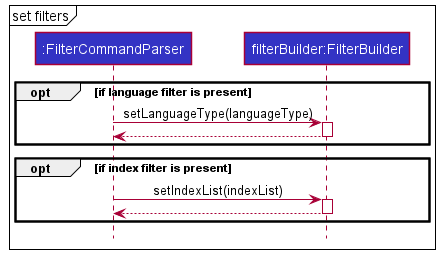
Before: docs/images/filterCommand/SetFilterReferenceSequenceDiagram.png, a diagram exported from PlantUML (sharmainec/tp).
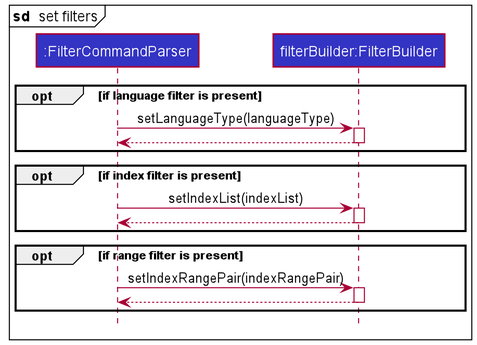
Above is the later version.

The edit, as a diff of the source:
```diff
@@ -5,7 +5,7 @@
 participant ":FilterCommandParser" as FilterCommandParser LOGIC_COLOR
 participant "filterBuilder:FilterBuilder" as FilterBuilder LOGIC_COLOR
 
-mainframe set filters
+mainframe **sd**  set filters
 
 opt if language filter is present
 
@@ -27,6 +27,15 @@
 FilterBuilder --> FilterCommandParser
 deactivate FilterBuilder
 
+end
+
+opt if range filter is present
+
+FilterCommandParser -> FilterBuilder: setIndexRangePair(indexRangePair)
+activate FilterBuilder
+
+FilterBuilder --> FilterCommandParser
+deactivate FilterBuilder
 
 end
 
```
